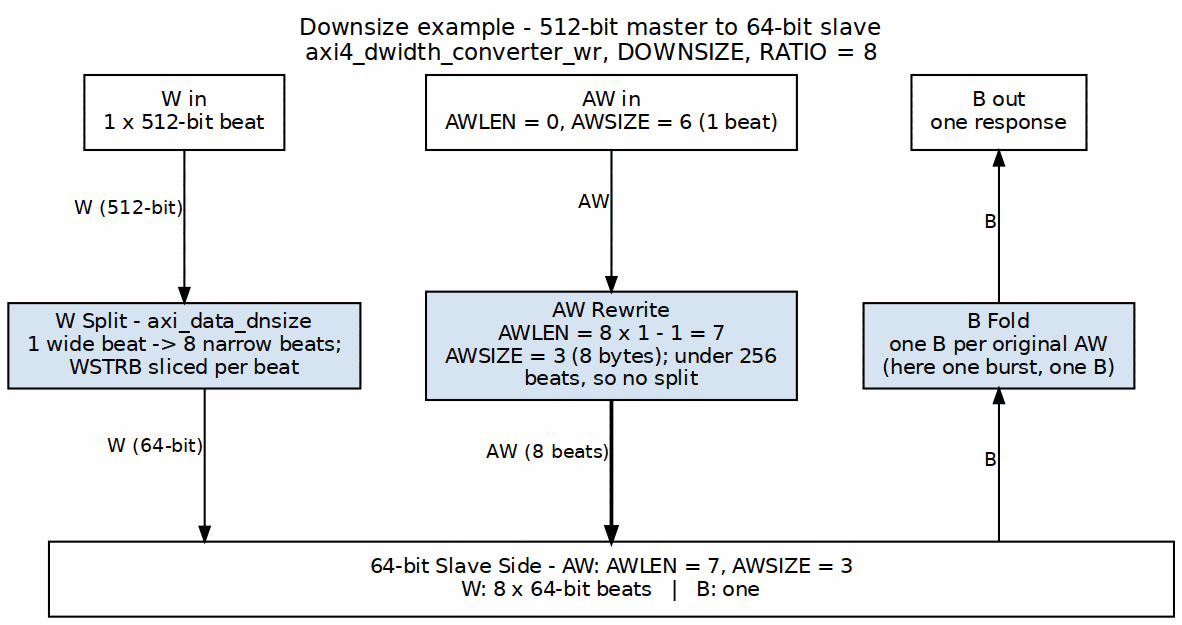
The Graphviz diagram projects/components/fabric-gen-ip/bridge/docs/bridge_mas/assets/graphviz/downsize_converter.png in sean-galloway/RTLDesignSherpa, before a commit. Its source is kept beside it as projects/components/fabric-gen-ip/bridge/docs/bridge_mas/assets/graphviz/downsize_converter.dot. Source of this version:
```dot
digraph downsize_converter {
    graph [rankdir=TB, bgcolor="white", fontname="Helvetica", fontsize=11,
           nodesep="0.45", ranksep="0.95", splines=ortho, labelloc=t,
           label="Downsize example - 512-bit master to 64-bit slave\naxi4_dwidth_converter_wr, DOWNSIZE, RATIO = 8"];
    node  [fontname="Helvetica", fontsize=10, shape=box, style=filled,
           fillcolor="#D6E4F0", color="black", margin="0.12,0.06"];
    edge  [fontname="Helvetica", fontsize=9, color="black", arrowsize=0.7];

    pl [label="W in\n1 x 512-bit beat", group=L, fillcolor="white"];
    pc [label="AW in\nAWLEN = 0, AWSIZE = 6 (1 beat)", group=C, fillcolor="white"];
    pr [label="B out\none response", group=R, fillcolor="white"];
    { rank=same; pl; pc; pr; }
    pl -> pc -> pr [style=invis];
    bl [label="W Split - axi_data_dnsize\n1 wide beat -> 8 narrow beats;\nWSTRB sliced per beat", group=L];
    bc [label="AW Rewrite\nAWLEN = 8 x 1 - 1 = 7\nAWSIZE = 3 (8 bytes); under 256\nbeats, so no split", group=C];
    br [label="B Fold\none B per original AW\n(here one burst, one B)", group=R];
    { rank=same; bl; bc; br; }
    bl -> bc -> br [style=invis];
    bar [label="64-bit Slave Side - AW: AWLEN = 7, AWSIZE = 3\nW: 8 x 64-bit beats   |   B: one", fillcolor="white", width=7.5];
    pl -> bl [xlabel="W (512-bit)"];
    pc -> bc [xlabel="AW"];
    pr -> br [dir=back, xlabel="B"];
    bl -> bar [xlabel="W (64-bit)"];
    bc -> bar [xlabel="AW (8 beats)", penwidth=1.8];
    br -> bar [dir=back, xlabel="B"];
}
```
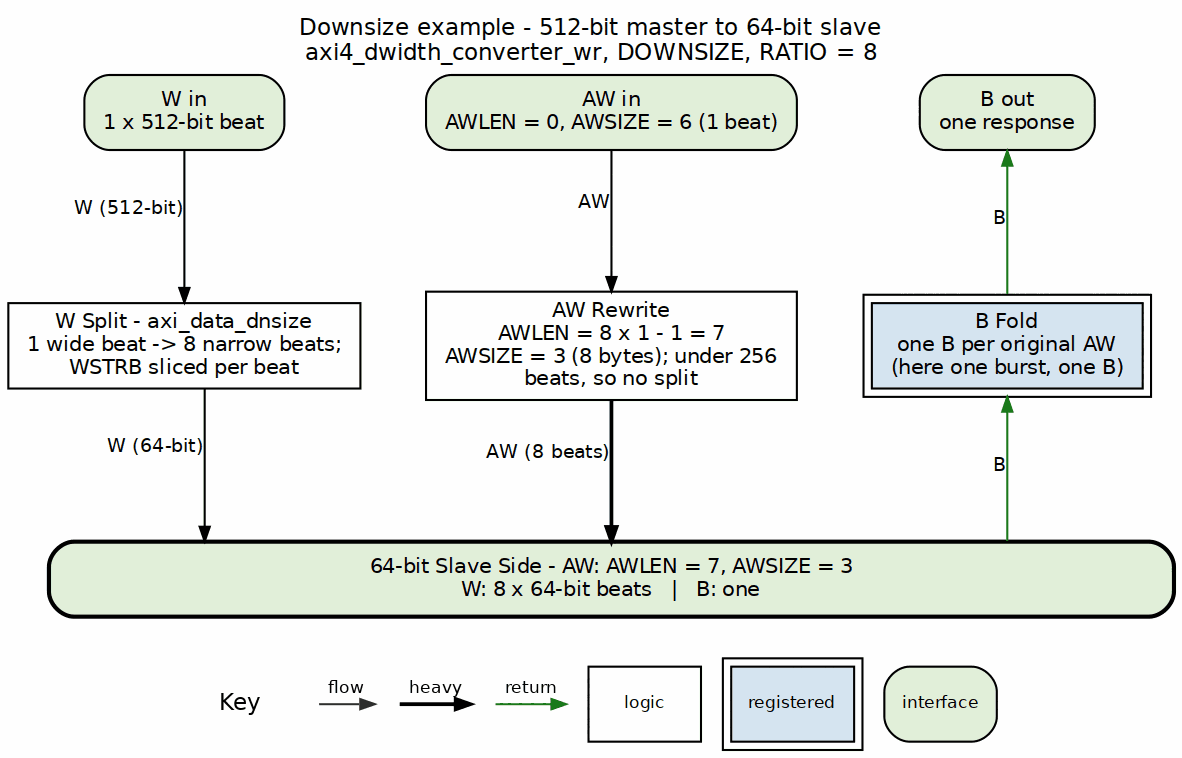
After the commit.

What changed in the source:
```diff
@@ -3,24 +3,24 @@
            nodesep="0.45", ranksep="0.95", splines=ortho, labelloc=t,
            label="Downsize example - 512-bit master to 64-bit slave\naxi4_dwidth_converter_wr, DOWNSIZE, RATIO = 8"];
     node  [fontname="Helvetica", fontsize=10, shape=box, style=filled,
-           fillcolor="#D6E4F0", color="black", margin="0.12,0.06"];
+           fillcolor="white", color="black", margin="0.12,0.06"];
     edge  [fontname="Helvetica", fontsize=9, color="black", arrowsize=0.7];
 
-    pl [label="W in\n1 x 512-bit beat", group=L, fillcolor="white"];
-    pc [label="AW in\nAWLEN = 0, AWSIZE = 6 (1 beat)", group=C, fillcolor="white"];
-    pr [label="B out\none response", group=R, fillcolor="white"];
+    pl [label="W in\n1 x 512-bit beat", group=L, fillcolor="white", style="rounded,filled", fillcolor="#E2EFDA"];
+    pc [label="AW in\nAWLEN = 0, AWSIZE = 6 (1 beat)", group=C, fillcolor="white", style="rounded,filled", fillcolor="#E2EFDA"];
+    pr [label="B out\none response", group=R, fillcolor="white", style="rounded,filled", fillcolor="#E2EFDA"];
     { rank=same; pl; pc; pr; }
     pl -> pc -> pr [style=invis];
-    bl [label="W Split - axi_data_dnsize\n1 wide beat -> 8 narrow beats;\nWSTRB sliced per beat", group=L];
-    bc [label="AW Rewrite\nAWLEN = 8 x 1 - 1 = 7\nAWSIZE = 3 (8 bytes); under 256\nbeats, so no split", group=C];
-    br [label="B Fold\none B per original AW\n(here one burst, one B)", group=R];
+    bl [label="W Split - axi_data_dnsize\n1 wide beat -> 8 narrow beats;\nWSTRB sliced per beat", group=L, style="filled", fillcolor="white"];
+    bc [label="AW Rewrite\nAWLEN = 8 x 1 - 1 = 7\nAWSIZE = 3 (8 bytes); under 256\nbeats, so no split", group=C, style="filled", fillcolor="white"];
+    br [label="B Fold\none B per original AW\n(here one burst, one B)", group=R, peripheries=2, style="filled", fillcolor="#D6E4F0"];
     { rank=same; bl; bc; br; }
     bl -> bc -> br [style=invis];
-    bar [label="64-bit Slave Side - AW: AWLEN = 7, AWSIZE = 3\nW: 8 x 64-bit beats   |   B: one", fillcolor="white", width=7.5];
+    bar [label="64-bit Slave Side - AW: AWLEN = 7, AWSIZE = 3\nW: 8 x 64-bit beats   |   B: one", fillcolor="white", width=7.5, style="rounded,filled,bold", fillcolor="#E2EFDA"];
     pl -> bl [xlabel="W (512-bit)"];
     pc -> bc [xlabel="AW"];
-    pr -> br [dir=back, xlabel="B"];
+    pr -> br [color="#1A7A1A", dir=back, xlabel="B"];
     bl -> bar [xlabel="W (64-bit)"];
     bc -> bar [xlabel="AW (8 beats)", penwidth=1.8];
-    br -> bar [dir=back, xlabel="B"];
+    br -> bar [color="#1A7A1A", dir=back, xlabel="B"];
 }
```
